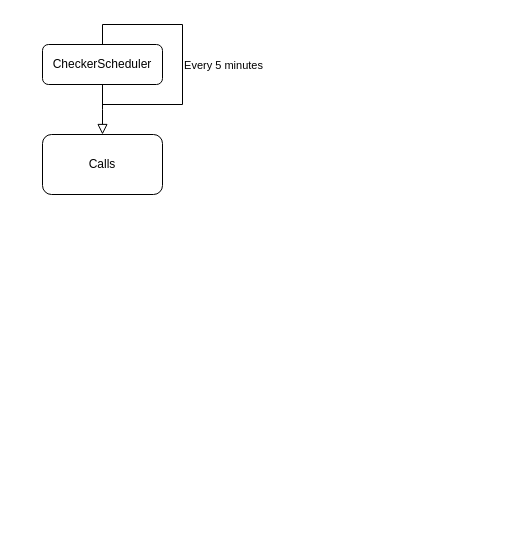
This is Untitled Diagram.drawio from era/malleable-checker, a draw.io file, before an edit. Source tidied: cells renumbered, new cells numbered last; positions are measured from the earlier drawing's top-left corner, leaving out a move shared by most shapes. Both pictures are drawn from the tidied source at 100%, with x=0, y=0 at pixel (42, 44).
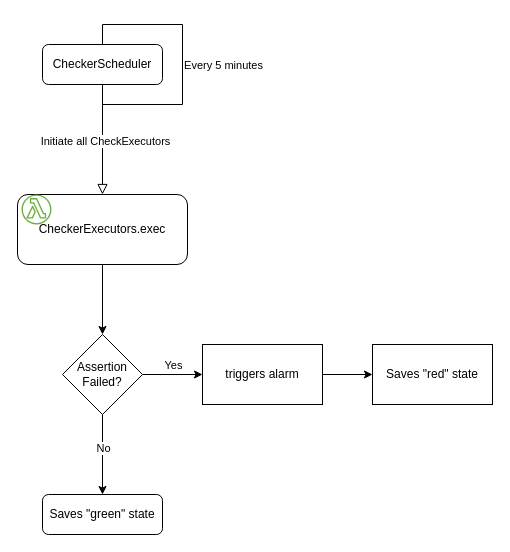
Above is the later version.

The change refers to these unchanged cells:
```xml
<mxCell id="5" value="CheckerScheduler" style="rounded=1;whiteSpace=wrap;html=1;fontSize=12;glass=0;strokeWidth=1;shadow=0;" parent="1" vertex="1">
  <mxGeometry width="120" height="40" as="geometry" />
</mxCell>
```

Diff of the diagram source:
```diff
@@
-    <mxCell id="2" style="rounded=0;html=1;jettySize=auto;fontSize=11;endArrow=block;endFill=0;endSize=8;strokeWidth=1;shadow=0;labelBackgroundColor=none;edgeStyle=orthogonalEdgeStyle;" parent="1" edge="1" source="5">
-      <mxGeometry relative="1" as="geometry">
-        <mxPoint x="60" y="90" as="targetPoint" />
-      </mxGeometry>
+    <mxCell id="2" style="rounded=0;html=1;jettySize=auto;fontSize=11;endArrow=block;endFill=0;endSize=8;strokeWidth=1;shadow=0;labelBackgroundColor=none;edgeStyle=orthogonalEdgeStyle;entryX=0.5;entryY=0;entryDx=0;entryDy=0;" parent="1" edge="1" source="5" target="6">
+      <mxGeometry relative="1" as="geometry" />
     </mxCell>
+    <mxCell id="7" value="Initiate all CheckExecutors" style="edgeLabel;html=1;align=center;verticalAlign=middle;" parent="2" vertex="1">
+      <mxGeometry x="0.02" y="2" relative="1" as="geometry" />
+    </mxCell>
@@
+    <mxCell id="8" style="edgeStyle=orthogonalEdgeStyle;rounded=0;jettySize=auto;html=1;" parent="1" edge="1" source="6" target="14">
+      <mxGeometry relative="1" as="geometry" />
+    </mxCell>
-    <mxCell id="6" value="Calls" style="rounded=1;whiteSpace=wrap;html=1;" parent="1" vertex="1">
-      <mxGeometry y="90" width="120" height="60" as="geometry" />
+    <mxCell id="6" value="CheckerExecutors.exec" style="rounded=1;whiteSpace=wrap;html=1;" parent="1" vertex="1">
+      <mxGeometry x="-25" y="150" width="170" height="70" as="geometry" />
     </mxCell>
+    <mxCell id="9" style="sketch=0;fontColor=#232F3E;gradientColor=none;fillColor=#6CAE3E;strokeColor=none;dashed=0;verticalLabelPosition=bottom;verticalAlign=top;align=center;html=1;fontSize=12;fontStyle=0;shape=mxgraph.aws4.lambda_function;" parent="1" vertex="1">
+      <mxGeometry x="-21" y="150" width="30" height="30" as="geometry" />
+    </mxCell>
+    <mxCell id="10" style="edgeStyle=orthogonalEdgeStyle;rounded=0;jettySize=auto;html=1;" parent="1" edge="1" source="14" target="16">
+      <mxGeometry relative="1" as="geometry" />
+    </mxCell>
+    <mxCell id="11" value="Yes" style="edgeLabel;html=1;align=center;verticalAlign=middle;" parent="10" vertex="1">
+      <mxGeometry y="-5" relative="1" as="geometry">
+        <mxPoint y="-15" as="offset" />
+      </mxGeometry>
+    </mxCell>
+    <mxCell id="12" style="edgeStyle=orthogonalEdgeStyle;rounded=0;jettySize=auto;html=1;" parent="1" edge="1" source="14">
+      <mxGeometry relative="1" as="geometry">
+        <mxPoint x="60" y="450" as="targetPoint" />
+      </mxGeometry>
+    </mxCell>
+    <mxCell id="13" value="No" style="edgeLabel;html=1;align=center;verticalAlign=middle;" parent="12" vertex="1">
+      <mxGeometry x="-0.17" relative="1" as="geometry" />
+    </mxCell>
+    <mxCell id="14" value="Assertion Failed?" style="rhombus;whiteSpace=wrap;html=1;" parent="1" vertex="1">
+      <mxGeometry x="20" y="290" width="80" height="80" as="geometry" />
+    </mxCell>
+    <mxCell id="15" style="edgeStyle=orthogonalEdgeStyle;rounded=0;jettySize=auto;html=1;" parent="1" edge="1" source="16" target="18">
+      <mxGeometry relative="1" as="geometry" />
+    </mxCell>
+    <mxCell id="16" value="triggers alarm" style="whiteSpace=wrap;html=1;" parent="1" vertex="1">
+      <mxGeometry x="160" y="300" width="120" height="60" as="geometry" />
+    </mxCell>
+    <mxCell id="17" value="Saves &quot;green&quot; state" style="rounded=1;whiteSpace=wrap;html=1;" parent="1" vertex="1">
+      <mxGeometry y="450" width="120" height="40" as="geometry" />
+    </mxCell>
+    <mxCell id="18" value="Saves &quot;red&quot; state" style="whiteSpace=wrap;html=1;" parent="1" vertex="1">
+      <mxGeometry x="330" y="300" width="120" height="60" as="geometry" />
+    </mxCell>
```
